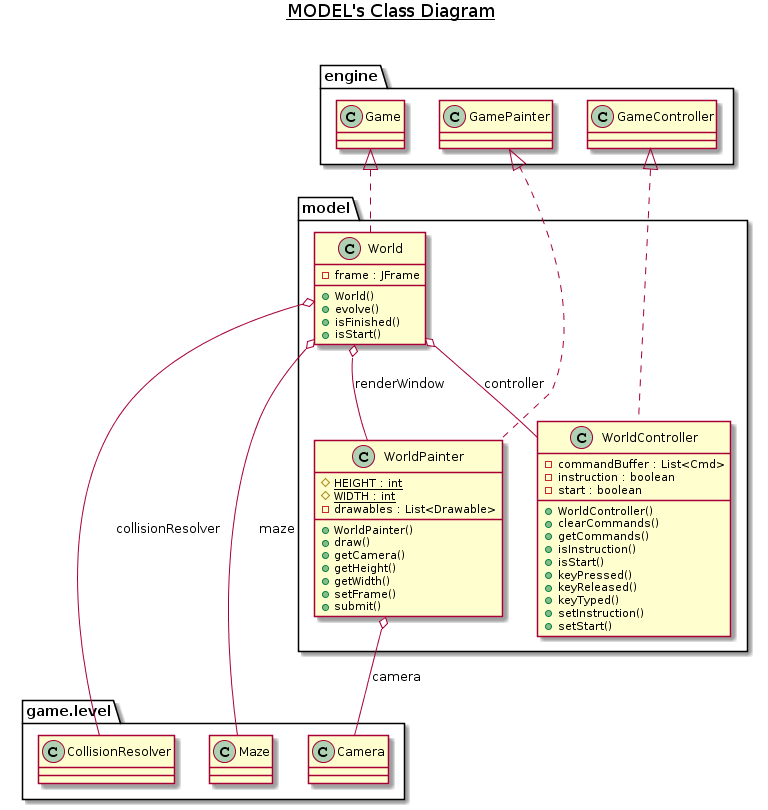
The PlantUML diagram specs/model_package_class_diagram.png in Bert54/ACL_2019_TP11_GROUPE3, before a commit. The source it was exported from:
```plantuml
@startuml
title __MODEL's Class Diagram__\n

  namespace model {
    class model.World {
        - frame : JFrame
        + World()
        + evolve()
        + isFinished()
        + isStart()
    }
  }


  namespace model {
    class model.WorldController {
        - commandBuffer : List<Cmd>
        - instruction : boolean
        - start : boolean
        + WorldController()
        + clearCommands()
        + getCommands()
        + isInstruction()
        + isStart()
        + keyPressed()
        + keyReleased()
        + keyTyped()
        + setInstruction()
        + setStart()
    }
  }


  namespace model {
    class model.WorldPainter {
        {static} # HEIGHT : int
        {static} # WIDTH : int
        - drawables : List<Drawable>
        + WorldPainter()
        + draw()
        + getCamera()
        + getHeight()
        + getWidth()
        + setFrame()
        + submit()
    }
  }


  model.World .up.|> engine.Game
  model.World o-- game.level.CollisionResolver : collisionResolver
  model.World o-- model.WorldController : controller
  model.World o-- game.level.Maze : maze
  model.World o-- model.WorldPainter : renderWindow
  model.WorldController .up.|> engine.GameController
  model.WorldPainter .up.|> engine.GamePainter
  model.WorldPainter o-- game.level.Camera : camera
@enduml
```
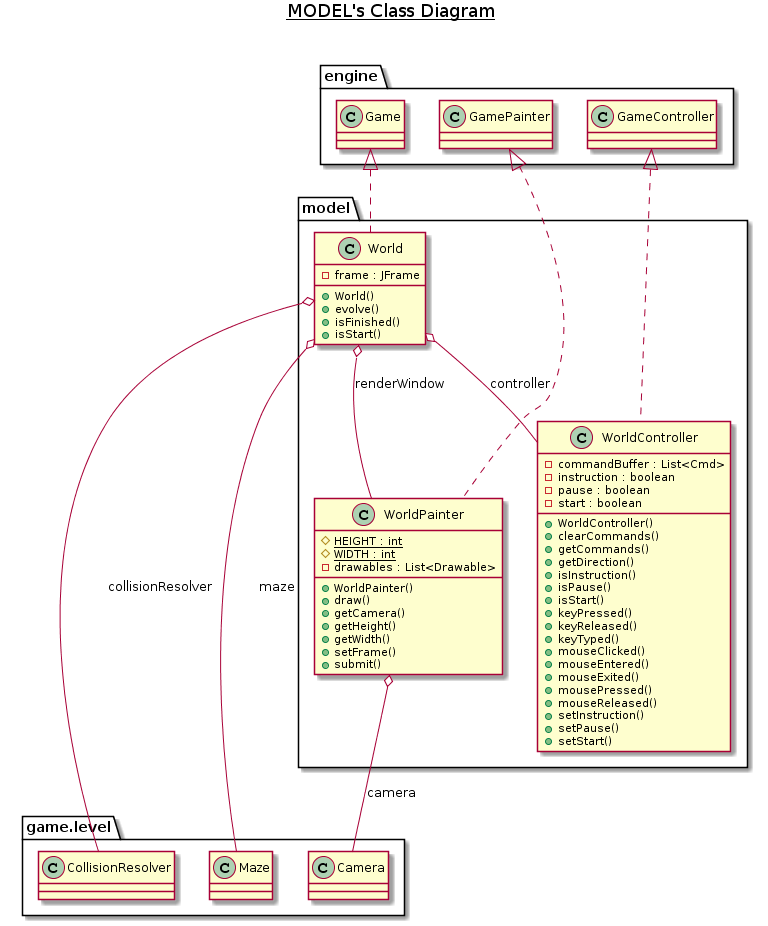
The same file after the commit.

Commit message:
class diagrams puml

The edit, as a diff of the source:
```diff
@@ -16,16 +16,25 @@
     class model.WorldController {
         - commandBuffer : List<Cmd>
         - instruction : boolean
+        - pause : boolean
         - start : boolean
         + WorldController()
         + clearCommands()
         + getCommands()
+        + getDirection()
         + isInstruction()
+        + isPause()
         + isStart()
         + keyPressed()
         + keyReleased()
         + keyTyped()
+        + mouseClicked()
+        + mouseEntered()
+        + mouseExited()
+        + mousePressed()
+        + mouseReleased()
         + setInstruction()
+        + setPause()
         + setStart()
     }
   }
```
